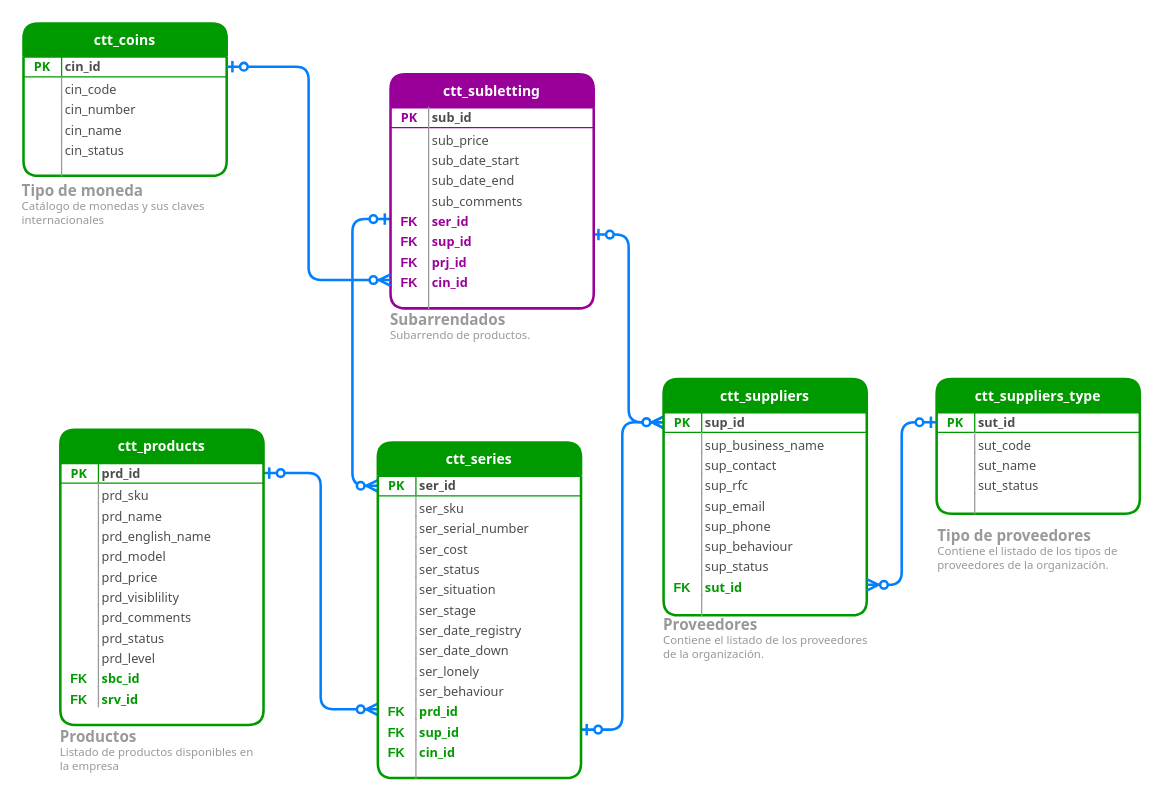
Earlier version of the draw.io diagram page "Subarrendos" (4 of 5) of _desarrollo/archivos_info/CTTRentals entidad relacion.drawio (juarezjorr/TesteoCire). Source tidied: cells renumbered, new cells numbered last; positions are measured from the earlier drawing's top-left corner, leaving out a move shared by most shapes. Both pictures are drawn from the tidied source at 127%, with x=0, y=0 at pixel (22, 23).
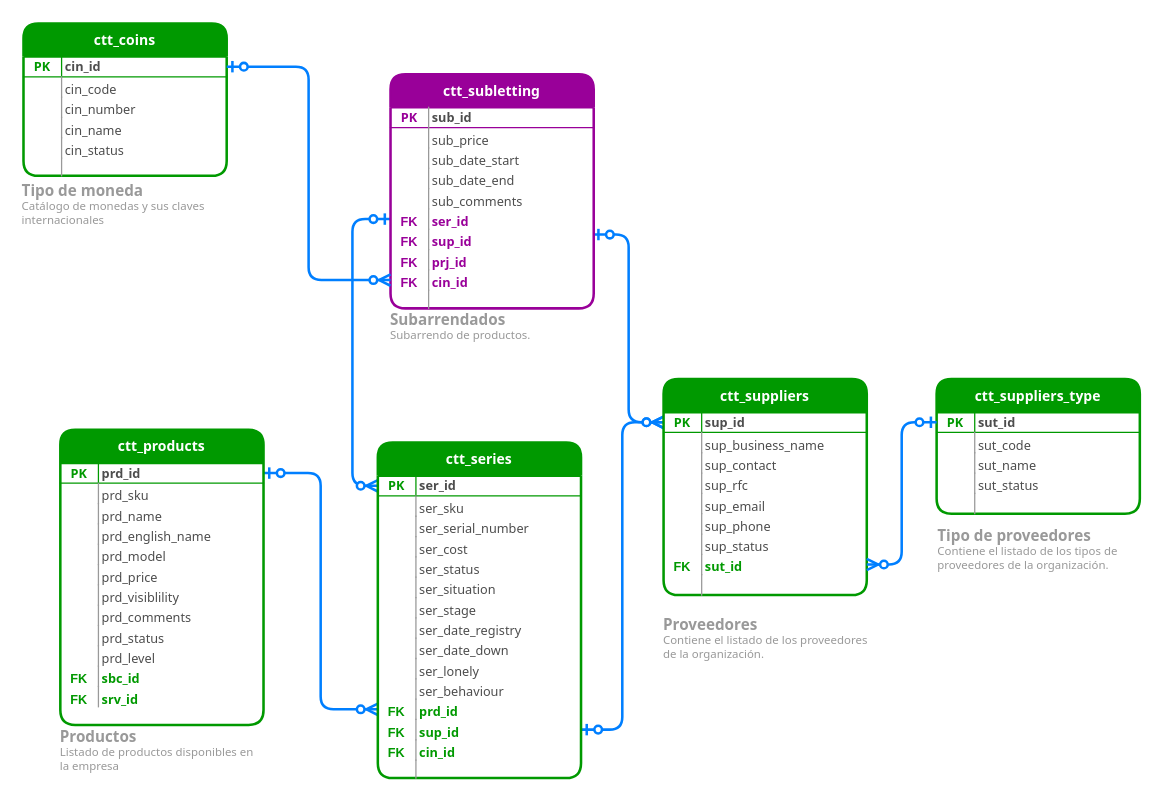
Above is the later version.

Unchanged cells that the change refers to:
```xml
<mxCell id="117" style="group;" parent="1" vertex="1">
  <mxGeometry x="505" y="280" width="160" height="230" as="geometry" />
</mxCell>
```

What changed in the source:
```diff
@@
     <mxCell id="118" value="ctt_suppliers" style="swimlane;fontStyle=1;horizontal=1;startSize=26;swimlaneFillColor=#ffffff;align=center;fontSize=11;strokeWidth=2;rounded=1;fontColor=#FFFFFF;fontFamily=Tahoma;fillColor=#009900;strokeColor=#009900;" parent="117" vertex="1">
-      <mxGeometry width="160" height="186" as="geometry" />
+      <mxGeometry width="160" height="170" as="geometry" />
     </mxCell>
@@
-    <mxCell id="131" value="sup_behaviour" style="shape=partialRectangle;top=0;left=0;right=0;bottom=0;align=left;verticalAlign=top;fillColor=none;spacingLeft=33;spacingRight=0;overflow=hidden;fontSize=10;fontFamily=Tahoma;spacing=0;dashed=1;strokeColor=#80A9E3;fontColor=#4D4D4D;" parent="118" vertex="1">
-      <mxGeometry y="122" width="160" height="16" as="geometry" />
-    </mxCell>
-    <mxCell id="132" style="shape=partialRectangle;top=0;left=0;bottom=0;fillColor=none;align=left;verticalAlign=top;spacingLeft=4;spacingRight=4;overflow=hidden;fontSize=12;strokeColor=#999999;" parent="131" vertex="1">
-      <mxGeometry width="30" height="16" as="geometry" />
-    </mxCell>
     <mxCell id="133" value="sup_status" style="shape=partialRectangle;top=0;left=0;right=0;bottom=0;align=left;verticalAlign=top;fillColor=none;spacingLeft=33;spacingRight=0;overflow=hidden;fontSize=10;fontFamily=Tahoma;spacing=0;dashed=1;strokeColor=#80A9E3;fontColor=#4D4D4D;" parent="118" vertex="1">
-      <mxGeometry y="138" width="160" height="16" as="geometry" />
+      <mxGeometry y="122" width="160" height="16" as="geometry" />
     </mxCell>
@@
     <mxCell id="135" value="sut_id" style="shape=partialRectangle;top=0;left=0;right=0;bottom=0;align=left;verticalAlign=top;fillColor=none;spacingLeft=33;spacingRight=0;overflow=hidden;points=[[0,0.5],[1,0.5]];portConstraint=eastwest;fontSize=10;fontFamily=Tahoma;spacing=0;fontStyle=1;fontColor=#009900;" parent="118" vertex="1">
-      <mxGeometry y="154" width="160" height="16" as="geometry" />
+      <mxGeometry y="138" width="160" height="16" as="geometry" />
     </mxCell>
@@
     <mxCell id="137" style="shape=partialRectangle;top=0;left=0;right=0;bottom=0;align=left;verticalAlign=top;fillColor=none;spacingLeft=33;spacingRight=3;overflow=hidden;fontSize=10;fontFamily=Tahoma;spacing=2;" parent="118" vertex="1">
-      <mxGeometry y="170" width="160" height="16" as="geometry" />
+      <mxGeometry y="154" width="160" height="16" as="geometry" />
     </mxCell>
```
